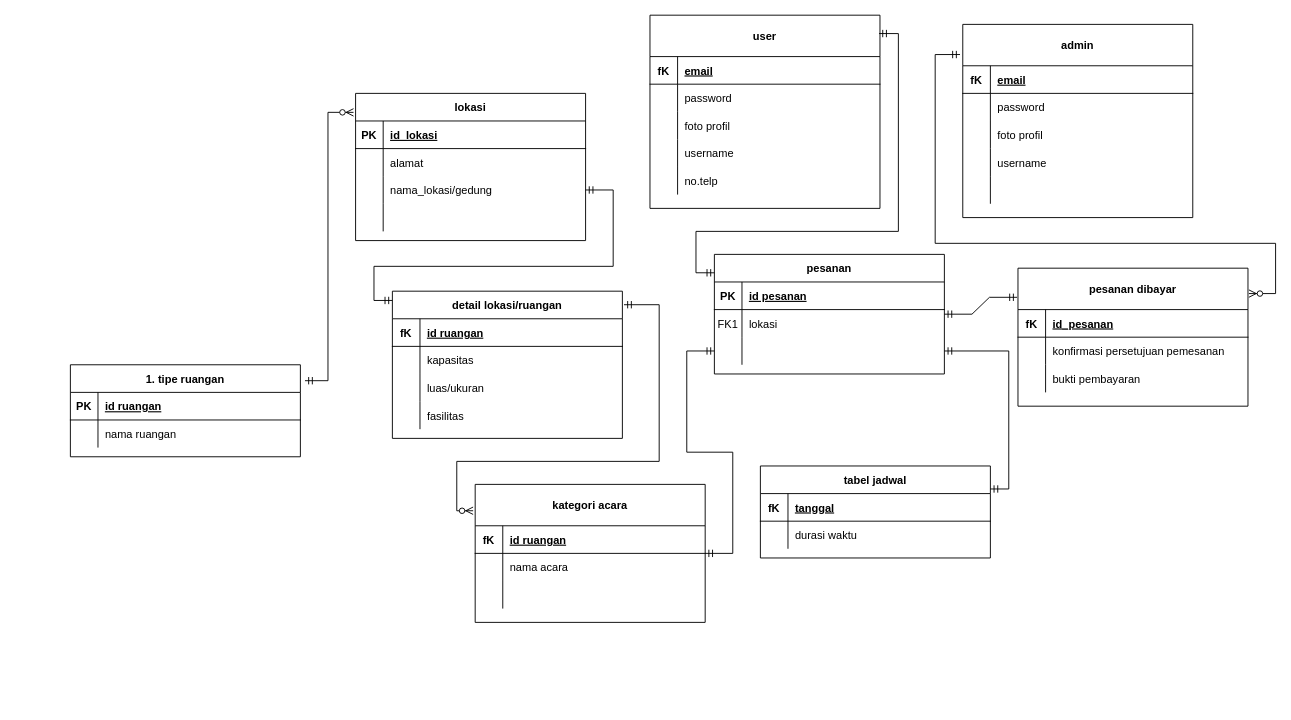
Before: erd.drawio in ardya6/erd-dfd, a draw.io diagram. Source tidied: cells renumbered, new cells numbered last; positions are measured from the earlier drawing's top-left corner, leaving out a move shared by most shapes. Both pictures are drawn from the tidied source at 92%, with x=0, y=0 at pixel (70, 15).
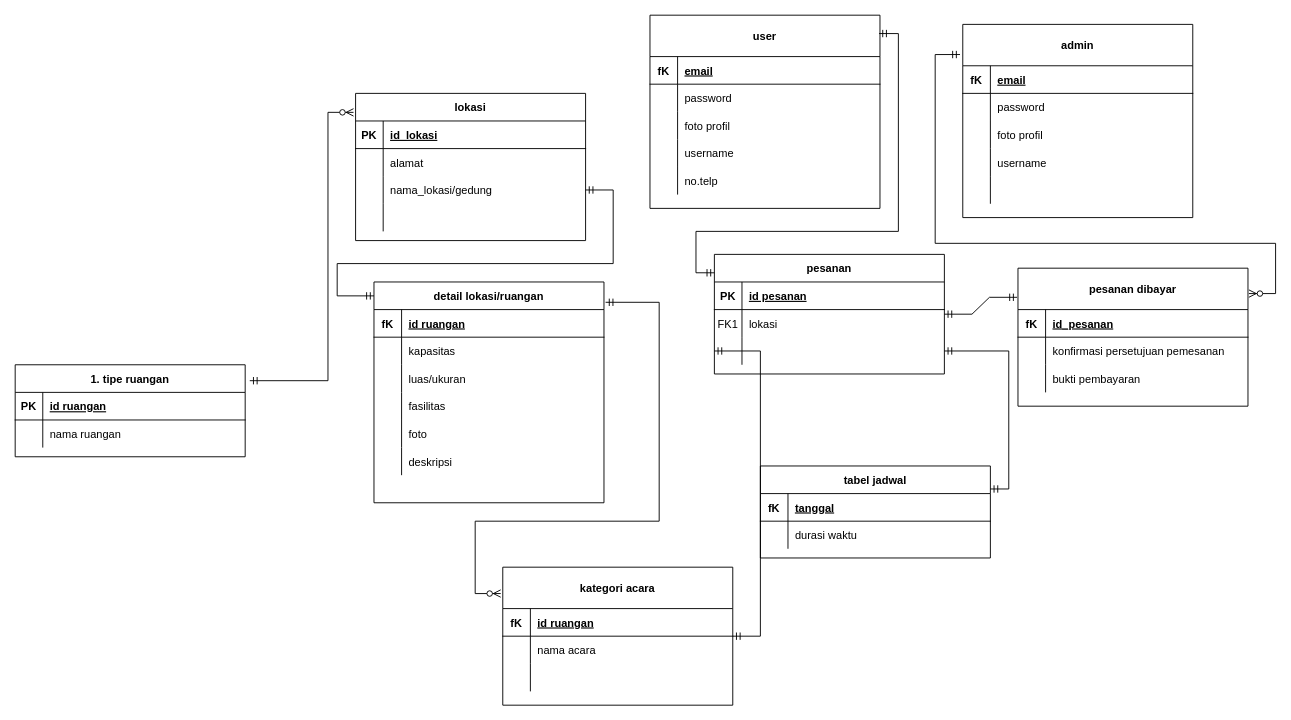
After the change.

Unchanged cells that the change refers to:
```xml
<mxCell id="19" style="shape=partialRectangle;fillColor=none;points=[[0,0.5],[1,0.5]];portConstraint=eastwest;top=0;left=0;right=0;bottom=0;" parent="12" vertex="1">
  <mxGeometry y="90" width="250" height="30" as="geometry" />
</mxCell>
```

Change to the diagram source:
```diff
@@
     <mxCell id="25" value="1. tipe ruangan" style="shape=table;startSize=30;childLayout=tableLayout;rowLines=0;fontStyle=1;align=center;" parent="1" vertex="1">
-      <mxGeometry y="380" width="250" height="100" as="geometry" />
+      <mxGeometry x="-60" y="380" width="250" height="100" as="geometry" />
     </mxCell>
@@
     <mxCell id="32" value="detail lokasi/ruangan" style="shape=table;startSize=30;childLayout=tableLayout;rowLines=0;fontStyle=1;align=center;" parent="1" vertex="1">
-      <mxGeometry x="350" y="300" width="250" height="160" as="geometry" />
+      <mxGeometry x="330" y="290" width="250" height="240" as="geometry" />
     </mxCell>
@@
+    <mxCell id="112" style="shape=partialRectangle;fillColor=none;top=0;left=0;right=0;bottom=0;" parent="32" vertex="1">
+      <mxGeometry y="150" width="250" height="30" as="geometry" />
+    </mxCell>
+    <mxCell id="113" style="shape=partialRectangle;overflow=hidden;fillColor=none;top=0;left=0;bottom=0;right=0;" parent="112" vertex="1">
+      <mxGeometry width="30" height="30" as="geometry" />
+    </mxCell>
+    <mxCell id="114" value="foto" style="shape=partialRectangle;overflow=hidden;fillColor=none;top=0;left=0;bottom=0;right=0;align=left;spacingLeft=6;" parent="112" vertex="1">
+      <mxGeometry x="30" width="220" height="30" as="geometry" />
+    </mxCell>
+    <mxCell id="115" style="shape=partialRectangle;fillColor=none;top=0;left=0;right=0;bottom=0;" parent="32" vertex="1">
+      <mxGeometry y="180" width="250" height="30" as="geometry" />
+    </mxCell>
+    <mxCell id="116" style="shape=partialRectangle;overflow=hidden;fillColor=none;top=0;left=0;bottom=0;right=0;" parent="115" vertex="1">
+      <mxGeometry width="30" height="30" as="geometry" />
+    </mxCell>
+    <mxCell id="117" value="deskripsi" style="shape=partialRectangle;overflow=hidden;fillColor=none;top=0;left=0;bottom=0;right=0;align=left;spacingLeft=6;" parent="115" vertex="1">
+      <mxGeometry x="30" width="220" height="30" as="geometry" />
+    </mxCell>
     <mxCell id="45" value="kategori acara" style="shape=table;startSize=45;childLayout=tableLayout;rowLines=0;fontStyle=1;align=center;" parent="1" vertex="1">
-      <mxGeometry x="440" y="510" width="250" height="150" as="geometry" />
+      <mxGeometry x="470" y="600" width="250" height="150" as="geometry" />
     </mxCell>
@@
     <mxCell id="105" style="edgeStyle=orthogonalEdgeStyle;fontSize=12;html=1;endArrow=ERmandOne;startArrow=ERmandOne;rounded=0;entryX=0;entryY=0.063;entryDx=0;entryDy=0;entryPerimeter=0;exitX=1;exitY=0.5;exitDx=0;exitDy=0;" parent="1" edge="1" source="19" target="32">
       <mxGeometry relative="1" as="geometry">
         <Array as="points">
           <mxPoint x="590" y="190" />
-          <mxPoint x="590" y="273" />
-          <mxPoint x="330" y="273" />
-          <mxPoint x="330" y="310" />
+          <mxPoint x="590" y="270" />
+          <mxPoint x="290" y="270" />
+          <mxPoint x="290" y="305" />
         </Array>
       </mxGeometry>
     </mxCell>
@@
     <mxCell id="107" style="edgeStyle=orthogonalEdgeStyle;fontSize=12;html=1;endArrow=ERzeroToMany;startArrow=ERmandOne;rounded=0;exitX=1.007;exitY=0.092;exitDx=0;exitDy=0;exitPerimeter=0;entryX=-0.009;entryY=0.191;entryDx=0;entryDy=0;entryPerimeter=0;" parent="1" edge="1" source="32" target="45">
       <mxGeometry relative="1" as="geometry">
         <Array as="points">
-          <mxPoint x="640" y="315" />
-          <mxPoint x="640" y="485" />
-          <mxPoint x="420" y="485" />
-          <mxPoint x="420" y="539" />
+          <mxPoint x="640" y="312" />
+          <mxPoint x="640" y="550" />
+          <mxPoint x="440" y="550" />
+          <mxPoint x="440" y="629" />
         </Array>
       </mxGeometry>
     </mxCell>
```
